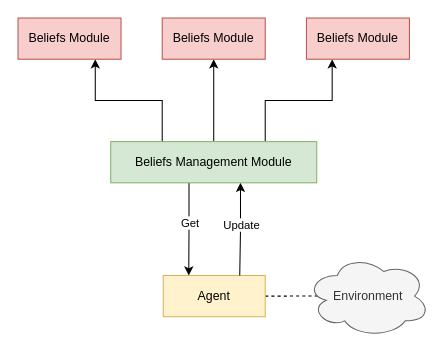
LeonardoMalcotti/ASA keeps this draw.io diagram as doc/Beliefs_Management_Architecture.drawio. Above is the earlier version. Source tidied: cells renumbered, new cells numbered last; positions are measured from the earlier drawing's top-left corner, leaving out a move shared by most shapes. Both pictures are drawn from the tidied source at 103%, with x=0, y=0 at pixel (18, 18).
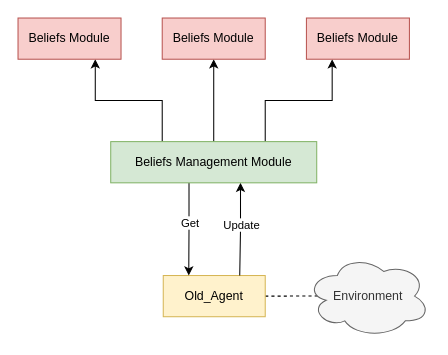
The same page after the edit.

Diff of the diagram source:
```diff
@@
 <mxGraphModel>
   <root>
     <mxCell id="0" />
     <mxCell id="1" parent="0" />
     <mxCell id="2" style="edgeStyle=orthogonalEdgeStyle;rounded=0;jettySize=auto;html=1;exitX=1;exitY=0.5;exitDx=0;exitDy=0;entryX=0.092;entryY=0.497;entryDx=0;entryDy=0;entryPerimeter=0;endArrow=none;endFill=0;dashed=1;" parent="1" edge="1" source="3" target="15">
       <mxGeometry relative="1" as="geometry" />
     </mxCell>
-    <mxCell id="3" value="Agent" style="rounded=0;whiteSpace=wrap;html=1;fillColor=#fff2cc;strokeColor=#d6b656;" parent="1" vertex="1">
+    <mxCell id="3" value="Old_Agent" style="rounded=0;whiteSpace=wrap;html=1;fillColor=#fff2cc;strokeColor=#d6b656;" parent="1" vertex="1">
       <mxGeometry x="141" y="250" width="99" height="40" as="geometry" />
     </mxCell>
     <mxCell id="4" style="edgeStyle=orthogonalEdgeStyle;rounded=0;jettySize=auto;html=1;exitX=0.25;exitY=0;exitDx=0;exitDy=0;entryX=0.75;entryY=1;entryDx=0;entryDy=0;" parent="1" edge="1" source="11" target="12">
       <mxGeometry relative="1" as="geometry" />
     </mxCell>
     <mxCell id="5" style="edgeStyle=orthogonalEdgeStyle;rounded=0;jettySize=auto;html=1;exitX=0.5;exitY=0;exitDx=0;exitDy=0;entryX=0.5;entryY=1;entryDx=0;entryDy=0;" parent="1" edge="1" source="11" target="13">
       <mxGeometry relative="1" as="geometry" />
     </mxCell>
     <mxCell id="6" style="edgeStyle=orthogonalEdgeStyle;rounded=0;jettySize=auto;html=1;exitX=0.75;exitY=0;exitDx=0;exitDy=0;entryX=0.25;entryY=1;entryDx=0;entryDy=0;" parent="1" edge="1" source="11" target="14">
       <mxGeometry relative="1" as="geometry" />
     </mxCell>
     <mxCell id="7" style="edgeStyle=orthogonalEdgeStyle;rounded=0;jettySize=auto;html=1;exitX=0.38;exitY=1;exitDx=0;exitDy=0;exitPerimeter=0;entryX=0.25;entryY=0;entryDx=0;entryDy=0;" parent="1" edge="1" source="11" target="3">
       <mxGeometry relative="1" as="geometry" />
     </mxCell>
     <mxCell id="8" value="Get" style="edgeLabel;html=1;align=center;verticalAlign=middle;" parent="7" vertex="1">
       <mxGeometry x="-0.15" relative="1" as="geometry" />
     </mxCell>
     <mxCell id="9" style="edgeStyle=orthogonalEdgeStyle;rounded=0;jettySize=auto;html=1;exitX=0.63;exitY=1;exitDx=0;exitDy=0;exitPerimeter=0;entryX=0.75;entryY=0;entryDx=0;entryDy=0;startArrow=classic;startFill=1;endArrow=none;endFill=0;" parent="1" edge="1" source="11" target="3">
       <mxGeometry relative="1" as="geometry" />
     </mxCell>
     <mxCell id="10" value="Update" style="edgeLabel;html=1;align=center;verticalAlign=middle;" parent="9" vertex="1">
       <mxGeometry x="-0.11" relative="1" as="geometry" />
     </mxCell>
     <mxCell id="11" value="Beliefs Management Module" style="rounded=0;whiteSpace=wrap;html=1;fillColor=#d5e8d4;strokeColor=#82b366;points=[[0,0,0,0,0],[0,0.25,0,0,0],[0,0.5,0,0,0],[0,0.75,0,0,0],[0,1,0,0,0],[0.25,0,0,0,0],[0.25,1,0,0,0],[0.38,1,0,0,0],[0.5,0,0,0,0],[0.5,1,0,0,0],[0.63,1,0,0,0],[0.75,0,0,0,0],[0.75,1,0,0,0],[1,0,0,0,0],[1,0.25,0,0,0],[1,0.5,0,0,0],[1,0.75,0,0,0],[1,1,0,0,0]];" parent="1" vertex="1">
       <mxGeometry x="90" y="120" width="200" height="40" as="geometry" />
     </mxCell>
     <mxCell id="12" value="Beliefs Module" style="rounded=0;whiteSpace=wrap;html=1;fillColor=#f8cecc;strokeColor=#b85450;" parent="1" vertex="1">
       <mxGeometry width="100" height="40" as="geometry" />
     </mxCell>
     <mxCell id="13" value="Beliefs Module" style="rounded=0;whiteSpace=wrap;html=1;fillColor=#f8cecc;strokeColor=#b85450;" parent="1" vertex="1">
       <mxGeometry x="140" width="100" height="40" as="geometry" />
     </mxCell>
     <mxCell id="14" value="Beliefs Module" style="rounded=0;whiteSpace=wrap;html=1;fillColor=#f8cecc;strokeColor=#b85450;" parent="1" vertex="1">
       <mxGeometry x="280" width="100" height="40" as="geometry" />
     </mxCell>
     <mxCell id="15" value="Environment" style="ellipse;shape=cloud;whiteSpace=wrap;html=1;fillColor=#f5f5f5;strokeColor=#666666;fontColor=#333333;" parent="1" vertex="1">
       <mxGeometry x="280" y="230" width="120" height="80" as="geometry" />
     </mxCell>
   </root>
 </mxGraphModel>
```
